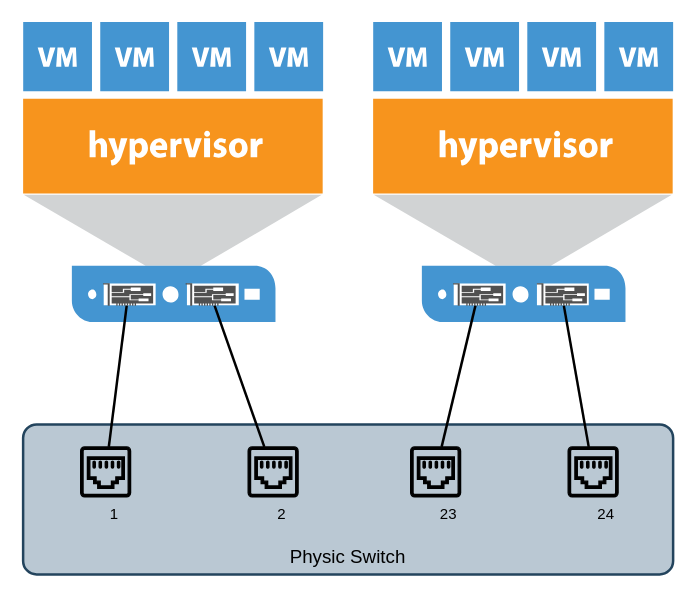
Earlier version of the draw.io diagram page "VLAN in VMWare" (6 of 11) of VLAN.drawio (gaivin/drawio). Source tidied: cells renumbered, new cells numbered last; positions are measured from the earlier drawing's top-left corner, leaving out a move shared by most shapes. Both pictures are drawn from the tidied source at 125%, with x=0, y=0 at pixel (22, 21).
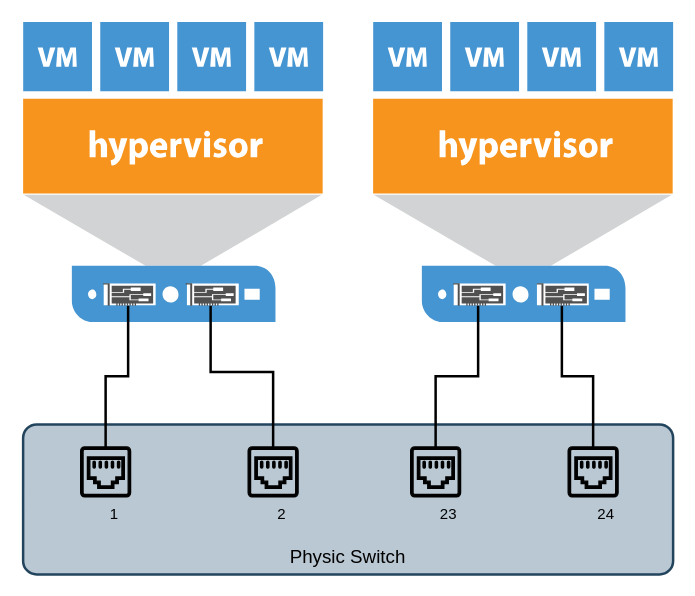
After the change.

What changed in the source:
```diff
@@
 <mxGraphModel>
   <root>
     <mxCell id="0" />
     <mxCell id="1" parent="0" />
     <mxCell id="2" style="shadow=0;dashed=0;html=1;strokeColor=none;fillColor=#4495D1;labelPosition=center;verticalLabelPosition=bottom;verticalAlign=top;align=center;shape=mxgraph.veeam.virtual_host;rounded=0;labelBackgroundColor=default;sketch=0;fontSize=9;fontColor=#CC0000;" parent="1" vertex="1">
       <mxGeometry x="280" width="240" height="240" as="geometry" />
     </mxCell>
     <mxCell id="3" style="shadow=0;dashed=0;html=1;strokeColor=none;fillColor=#4495D1;labelPosition=center;verticalLabelPosition=bottom;verticalAlign=top;align=center;shape=mxgraph.veeam.virtual_host;rounded=0;labelBackgroundColor=default;sketch=0;fontSize=9;fontColor=#CC0000;" parent="1" vertex="1">
       <mxGeometry width="240" height="240" as="geometry" />
     </mxCell>
     <mxCell id="4" value="&lt;br style=&quot;font-size: 15px;&quot;&gt;&lt;br style=&quot;font-size: 15px;&quot;&gt;&lt;br style=&quot;font-size: 15px;&quot;&gt;&lt;br style=&quot;font-size: 15px;&quot;&gt;&lt;br style=&quot;font-size: 15px;&quot;&gt;Physic Switch" style="rounded=1;whiteSpace=wrap;html=1;fillColor=#bac8d3;strokeColor=#23445d;strokeWidth=2;arcSize=9;fontSize=15;" parent="1" vertex="1">
       <mxGeometry y="322" width="520" height="120" as="geometry" />
     </mxCell>
-    <mxCell id="5" style="edgeStyle=none;rounded=0;jettySize=auto;html=1;fontSize=9;fontColor=#CC0000;endArrow=none;endFill=0;strokeWidth=2;" parent="1" edge="1" source="6" target="13">
+    <mxCell id="5" style="edgeStyle=orthogonalEdgeStyle;rounded=0;jettySize=auto;html=1;fontSize=9;fontColor=#CC0000;endArrow=none;endFill=0;strokeWidth=2;" parent="1" edge="1" source="6" target="13">
       <mxGeometry relative="1" as="geometry" />
     </mxCell>
     <mxCell id="6" value="&amp;nbsp; &amp;nbsp; 1" style="sketch=0;shadow=0;dashed=0;html=1;strokeColor=#000000;fillColor=#000000;labelPosition=center;verticalLabelPosition=bottom;verticalAlign=top;align=center;outlineConnect=0;shape=mxgraph.vvd.ethernet_port;fontColor=#000000;" parent="1" vertex="1">
       <mxGeometry x="46" y="340" width="40" height="40" as="geometry" />
     </mxCell>
-    <mxCell id="7" style="edgeStyle=none;rounded=0;jettySize=auto;html=1;fontSize=9;fontColor=#CC0000;endArrow=none;endFill=0;strokeWidth=2;" parent="1" edge="1" source="8" target="14">
-      <mxGeometry relative="1" as="geometry" />
+    <mxCell id="7" style="edgeStyle=orthogonalEdgeStyle;rounded=0;jettySize=auto;html=1;fontSize=9;fontColor=#CC0000;endArrow=none;endFill=0;strokeWidth=2;" parent="1" edge="1" source="8" target="14">
+      <mxGeometry relative="1" as="geometry">
+        <Array as="points">
+          <mxPoint x="200" y="280" />
+          <mxPoint x="150" y="280" />
+        </Array>
+      </mxGeometry>
     </mxCell>
     <mxCell id="8" value="&amp;nbsp; &amp;nbsp; 2" style="sketch=0;shadow=0;dashed=0;html=1;strokeColor=#000000;fillColor=#000000;labelPosition=center;verticalLabelPosition=bottom;verticalAlign=top;align=center;outlineConnect=0;shape=mxgraph.vvd.ethernet_port;fontColor=#000000;" parent="1" vertex="1">
       <mxGeometry x="180" y="340" width="40" height="40" as="geometry" />
     </mxCell>
-    <mxCell id="9" style="edgeStyle=none;rounded=0;jettySize=auto;html=1;fontSize=9;fontColor=#CC0000;endArrow=none;endFill=0;strokeWidth=2;" parent="1" edge="1" source="10" target="15">
+    <mxCell id="9" style="edgeStyle=orthogonalEdgeStyle;rounded=0;jettySize=auto;html=1;fontSize=9;fontColor=#CC0000;endArrow=none;endFill=0;strokeWidth=2;" parent="1" edge="1" source="10" target="15">
       <mxGeometry relative="1" as="geometry" />
     </mxCell>
     <mxCell id="10" value="&amp;nbsp; &amp;nbsp; &amp;nbsp; 23" style="sketch=0;shadow=0;dashed=0;html=1;strokeColor=#000000;fillColor=#000000;labelPosition=center;verticalLabelPosition=bottom;verticalAlign=top;align=center;outlineConnect=0;shape=mxgraph.vvd.ethernet_port;fontColor=#000000;" parent="1" vertex="1">
       <mxGeometry x="310" y="340" width="40" height="40" as="geometry" />
     </mxCell>
-    <mxCell id="11" style="edgeStyle=none;rounded=0;jettySize=auto;html=1;fontSize=9;fontColor=#CC0000;endArrow=none;endFill=0;strokeWidth=2;" parent="1" edge="1" source="12" target="16">
+    <mxCell id="11" style="edgeStyle=orthogonalEdgeStyle;rounded=0;jettySize=auto;html=1;fontSize=9;fontColor=#CC0000;endArrow=none;endFill=0;strokeWidth=2;" parent="1" edge="1" source="12" target="16">
       <mxGeometry relative="1" as="geometry" />
     </mxCell>
     <mxCell id="12" value="&amp;nbsp; &amp;nbsp; &amp;nbsp; 24" style="sketch=0;shadow=0;dashed=0;html=1;strokeColor=#000000;fillColor=#000000;labelPosition=center;verticalLabelPosition=bottom;verticalAlign=top;align=center;outlineConnect=0;shape=mxgraph.vvd.ethernet_port;fontColor=#000000;" parent="1" vertex="1">
       <mxGeometry x="436" y="340" width="40" height="40" as="geometry" />
     </mxCell>
     <mxCell id="13" style="sketch=0;shadow=0;dashed=0;html=1;strokeColor=none;fillColor=#505050;labelPosition=center;verticalLabelPosition=bottom;verticalAlign=top;outlineConnect=0;align=center;shape=mxgraph.office.devices.nic;rounded=0;labelBackgroundColor=default;fontSize=9;fontColor=#CC0000;" parent="1" vertex="1">
       <mxGeometry x="64" y="209" width="40" height="18" as="geometry" />
     </mxCell>
     <mxCell id="14" style="sketch=0;shadow=0;dashed=0;html=1;strokeColor=none;fillColor=#505050;labelPosition=center;verticalLabelPosition=bottom;verticalAlign=top;outlineConnect=0;align=center;shape=mxgraph.office.devices.nic;rounded=0;labelBackgroundColor=default;fontSize=9;fontColor=#CC0000;" parent="1" vertex="1">
       <mxGeometry x="130" y="209" width="40" height="18" as="geometry" />
     </mxCell>
     <mxCell id="15" style="sketch=0;shadow=0;dashed=0;html=1;strokeColor=none;fillColor=#505050;labelPosition=center;verticalLabelPosition=bottom;verticalAlign=top;outlineConnect=0;align=center;shape=mxgraph.office.devices.nic;rounded=0;labelBackgroundColor=default;fontSize=9;fontColor=#CC0000;" parent="1" vertex="1">
       <mxGeometry x="344" y="209" width="40" height="18" as="geometry" />
     </mxCell>
     <mxCell id="16" style="sketch=0;shadow=0;dashed=0;html=1;strokeColor=none;fillColor=#505050;labelPosition=center;verticalLabelPosition=bottom;verticalAlign=top;outlineConnect=0;align=center;shape=mxgraph.office.devices.nic;rounded=0;labelBackgroundColor=default;fontSize=9;fontColor=#CC0000;" parent="1" vertex="1">
       <mxGeometry x="411" y="209" width="40" height="18" as="geometry" />
     </mxCell>
   </root>
 </mxGraphModel>
```
